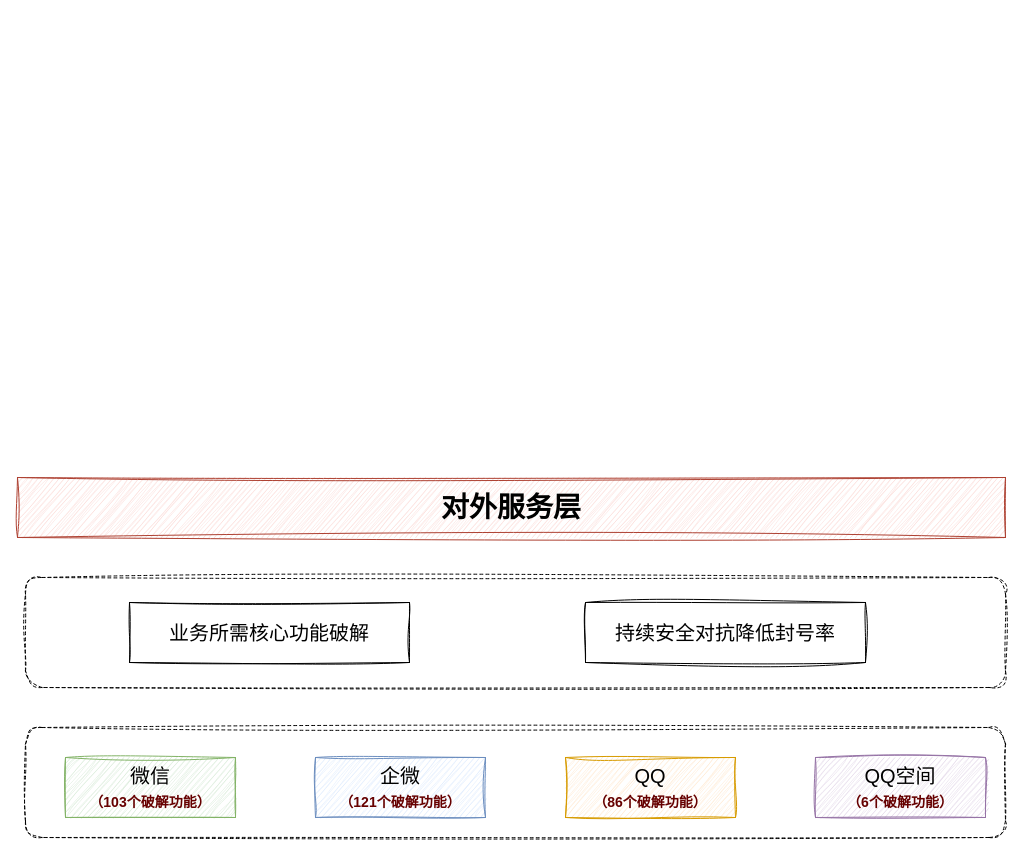
Above: 私域架构图.drawio in skindhu/9GAG (draw.io), before the change. Source tidied: cells renumbered, new cells numbered last; positions are measured from the earlier drawing's top-left corner, leaving out a move shared by most shapes. Both pictures are drawn from the tidied source at 100%, with x=0, y=0 at pixel (17, 477).
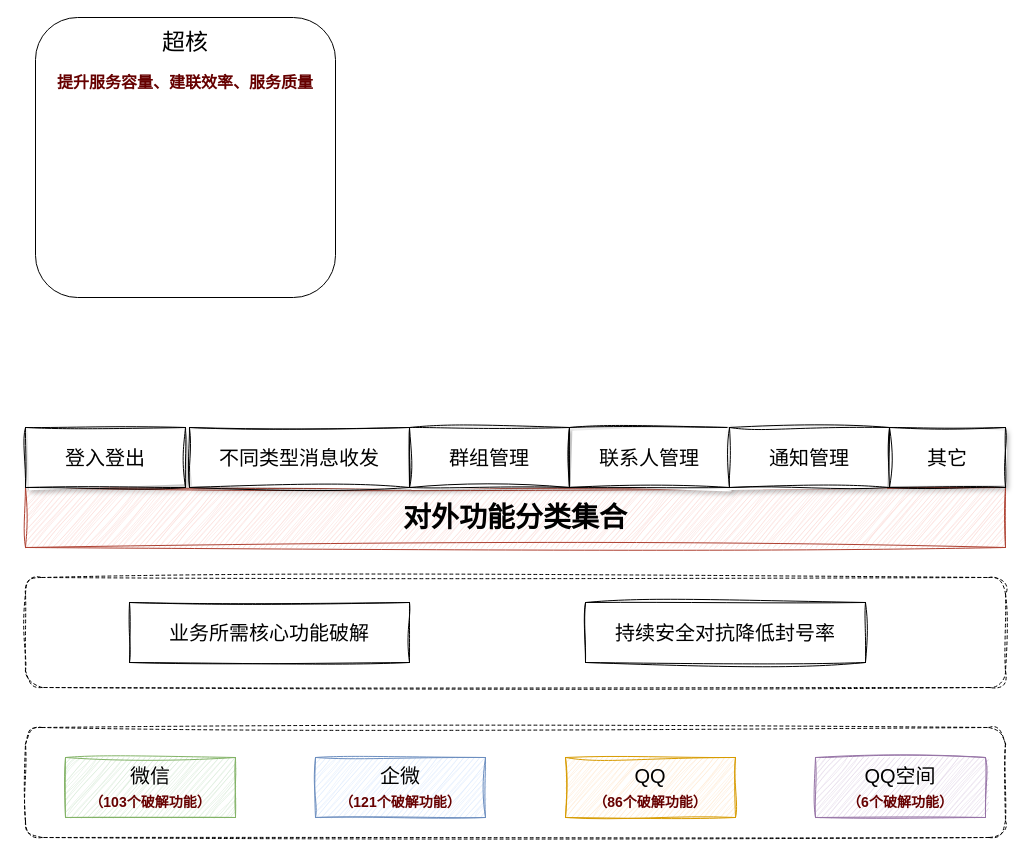
The same page after the edit.

Commit message (it also covers changes not shown here):
更新私域架构图.drawio

What changed in the source:
```diff
@@
 <mxGraphModel>
   <root>
     <mxCell id="0" />
     <mxCell id="1" parent="0" />
     <mxCell id="2" style="rounded=1;whiteSpace=wrap;html=1;dashed=1;sketch=1;curveFitting=1;jiggle=2;" parent="1" vertex="1">
       <mxGeometry x="8" y="100" width="980" height="110" as="geometry" />
     </mxCell>
     <mxCell id="3" style="rounded=1;whiteSpace=wrap;html=1;dashed=1;sketch=1;curveFitting=1;jiggle=2;" parent="1" vertex="1">
       <mxGeometry x="8" y="250" width="980" height="110" as="geometry" />
     </mxCell>
     <mxCell id="4" value="微信&lt;br&gt;&lt;font color=&quot;#660000&quot; style=&quot;font-size: 14px;&quot;&gt;&lt;b&gt;（103个破解功能）&lt;/b&gt;&lt;/font&gt;" style="rounded=0;whiteSpace=wrap;html=1;fontSize=20;fillColor=#d5e8d4;strokeColor=#82b366;sketch=1;curveFitting=1;jiggle=2;" parent="1" vertex="1">
       <mxGeometry x="48" y="280" width="170" height="60" as="geometry" />
     </mxCell>
     <mxCell id="5" value="企微&lt;div&gt;&lt;b style=&quot;color: rgb(102, 0, 0); font-size: 14px;&quot;&gt;（121个破解功能）&lt;/b&gt;&lt;br&gt;&lt;/div&gt;" style="rounded=0;whiteSpace=wrap;html=1;fontSize=20;fillColor=#dae8fc;strokeColor=#6c8ebf;sketch=1;curveFitting=1;jiggle=2;" parent="1" vertex="1">
       <mxGeometry x="298" y="280" width="170" height="60" as="geometry" />
     </mxCell>
     <mxCell id="6" value="QQ&lt;br&gt;&lt;b style=&quot;color: rgb(102, 0, 0); font-size: 14px;&quot;&gt;（86个破解功能）&lt;/b&gt;" style="rounded=0;whiteSpace=wrap;html=1;fontSize=20;fillColor=#ffe6cc;strokeColor=#d79b00;sketch=1;curveFitting=1;jiggle=2;" parent="1" vertex="1">
       <mxGeometry x="548" y="280" width="170" height="60" as="geometry" />
     </mxCell>
     <mxCell id="7" value="QQ空间&lt;br&gt;&lt;b style=&quot;color: rgb(102, 0, 0); font-size: 14px;&quot;&gt;（6个破解功能）&lt;/b&gt;" style="rounded=0;whiteSpace=wrap;html=1;fontSize=20;fillColor=#e1d5e7;strokeColor=#9673a6;sketch=1;curveFitting=1;jiggle=2;" parent="1" vertex="1">
       <mxGeometry x="798" y="280" width="170" height="60" as="geometry" />
     </mxCell>
     <mxCell id="8" value="业务所需核心功能破解" style="rounded=0;whiteSpace=wrap;html=1;fontSize=20;sketch=1;curveFitting=1;jiggle=2;" parent="1" vertex="1">
       <mxGeometry x="112" y="125" width="280" height="60" as="geometry" />
     </mxCell>
     <mxCell id="9" value="持续安全对抗降低封号率" style="rounded=0;whiteSpace=wrap;html=1;fontSize=20;sketch=1;curveFitting=1;jiggle=2;" parent="1" vertex="1">
       <mxGeometry x="568" y="125" width="280" height="60" as="geometry" />
     </mxCell>
-    <mxCell id="10" value="&lt;font size=&quot;1&quot; style=&quot;&quot;&gt;&lt;b style=&quot;font-size: 28px;&quot;&gt;对外服务层&lt;/b&gt;&lt;/font&gt;" style="rounded=0;whiteSpace=wrap;html=1;fillColor=#fad9d5;strokeColor=#ae4132;sketch=1;curveFitting=1;jiggle=2;" parent="1" vertex="1">
-      <mxGeometry width="988" height="60" as="geometry" />
+    <mxCell id="10" value="&lt;font size=&quot;1&quot; style=&quot;&quot;&gt;&lt;b style=&quot;font-size: 28px;&quot;&gt;对外功能分类集合&lt;/b&gt;&lt;/font&gt;" style="rounded=0;whiteSpace=wrap;html=1;fillColor=#fad9d5;strokeColor=#ae4132;sketch=1;curveFitting=1;jiggle=2;" parent="1" vertex="1">
+      <mxGeometry x="8" y="10" width="980" height="60" as="geometry" />
     </mxCell>
+    <mxCell id="11" value="登入登出" style="rounded=0;whiteSpace=wrap;html=1;fontSize=20;sketch=1;curveFitting=1;jiggle=2;shadow=1;glass=0;" parent="1" vertex="1">
+      <mxGeometry x="8" y="-50" width="160" height="60" as="geometry" />
+    </mxCell>
+    <mxCell id="12" value="不同类型消息收发" style="rounded=0;whiteSpace=wrap;html=1;fontSize=20;sketch=1;curveFitting=1;jiggle=2;shadow=1;glass=0;" parent="1" vertex="1">
+      <mxGeometry x="172" y="-50" width="220" height="60" as="geometry" />
+    </mxCell>
+    <mxCell id="13" value="群组管理" style="rounded=0;whiteSpace=wrap;html=1;fontSize=20;sketch=1;curveFitting=1;jiggle=2;shadow=1;glass=0;" parent="1" vertex="1">
+      <mxGeometry x="392" y="-50" width="160" height="60" as="geometry" />
+    </mxCell>
+    <mxCell id="14" value="联系人管理" style="rounded=0;whiteSpace=wrap;html=1;fontSize=20;sketch=1;curveFitting=1;jiggle=2;shadow=1;glass=0;" parent="1" vertex="1">
+      <mxGeometry x="552" y="-50" width="160" height="60" as="geometry" />
+    </mxCell>
+    <mxCell id="15" value="通知管理" style="rounded=0;whiteSpace=wrap;html=1;fontSize=20;sketch=1;curveFitting=1;jiggle=2;shadow=1;glass=0;" parent="1" vertex="1">
+      <mxGeometry x="712" y="-50" width="160" height="60" as="geometry" />
+    </mxCell>
+    <mxCell id="16" value="其它" style="rounded=0;whiteSpace=wrap;html=1;fontSize=20;sketch=1;curveFitting=1;jiggle=2;shadow=1;glass=0;" parent="1" vertex="1">
+      <mxGeometry x="872" y="-50" width="116" height="60" as="geometry" />
+    </mxCell>
+    <mxCell id="17" style="rounded=1;whiteSpace=wrap;html=1;" parent="1" vertex="1">
+      <mxGeometry x="18" y="-460" width="300" height="280" as="geometry" />
+    </mxCell>
+    <mxCell id="18" value="超核" style="text;html=1;align=center;verticalAlign=middle;whiteSpace=wrap;rounded=0;fontSize=23;" parent="1" vertex="1">
+      <mxGeometry x="138" y="-450" width="60" height="30" as="geometry" />
+    </mxCell>
+    <mxCell id="19" value="提升服务容量、建联效率、服务质量" style="text;html=1;align=center;verticalAlign=middle;whiteSpace=wrap;rounded=0;fontColor=#660000;fontStyle=1;fontSize=16;" parent="1" vertex="1">
+      <mxGeometry x="38" y="-410" width="260" height="30" as="geometry" />
+    </mxCell>
   </root>
 </mxGraphModel>
```
